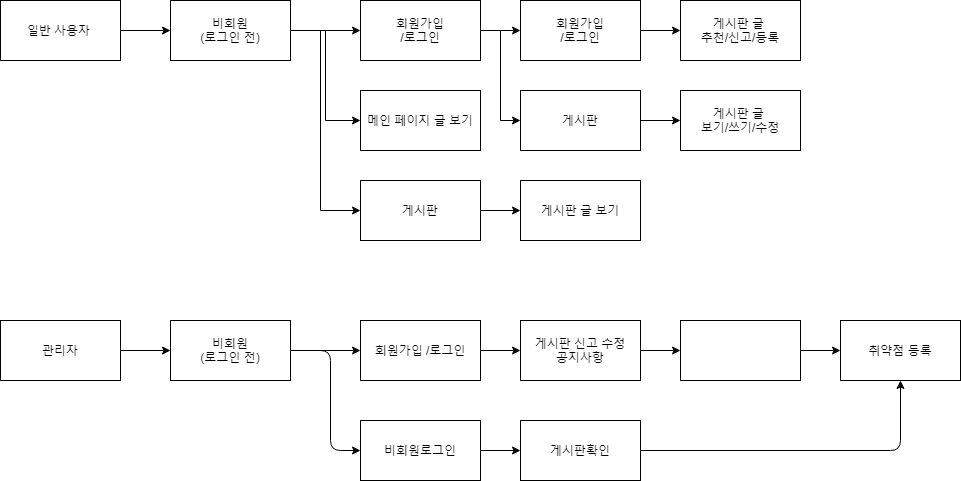
Before: Servers/Diagram.png, a diagram exported from draw.io (hyojinYi/capstone). Source tidied: cells renumbered, new cells last; positions are measured from the earlier drawing's top-left corner, leaving out a move shared by most shapes.
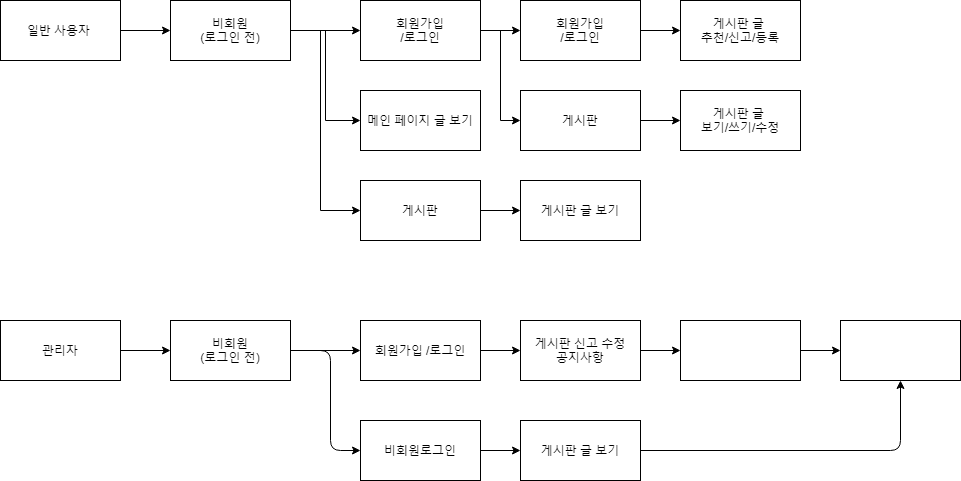
The same diagram one commit later.

Diff of the diagram source:
```diff
@@ -109,7 +109,7 @@
     <mxCell id="31" style="rounded=0;whiteSpace=wrap;html=1;sketch=0;" parent="1" vertex="1">
       <mxGeometry x="680" y="320" width="120" height="60" as="geometry" />
     </mxCell>
-    <mxCell id="32" value="취약점 등록" style="rounded=0;whiteSpace=wrap;html=1;sketch=0;" parent="1" vertex="1">
+    <mxCell id="32" style="rounded=0;whiteSpace=wrap;html=1;sketch=0;" parent="1" vertex="1">
       <mxGeometry x="840" y="320" width="120" height="60" as="geometry" />
     </mxCell>
     <mxCell id="33" style="edgeStyle=orthogonalEdgeStyle;rounded=1;sketch=0;jettySize=auto;html=1;entryX=0;entryY=0.5;entryDx=0;entryDy=0;" parent="1" edge="1" source="34" target="36">
@@ -121,7 +121,7 @@
     <mxCell id="35" style="edgeStyle=orthogonalEdgeStyle;rounded=1;sketch=0;jettySize=auto;html=1;entryX=0.5;entryY=1;entryDx=0;entryDy=0;" parent="1" edge="1" source="36" target="32">
       <mxGeometry relative="1" as="geometry" />
     </mxCell>
-    <mxCell id="36" value="게시판확인" style="rounded=0;whiteSpace=wrap;html=1;sketch=0;" parent="1" vertex="1">
+    <mxCell id="36" value="게시판 글 보기" style="rounded=0;whiteSpace=wrap;html=1;sketch=0;" parent="1" vertex="1">
       <mxGeometry x="520" y="420" width="120" height="60" as="geometry" />
     </mxCell>
   </root>
```
